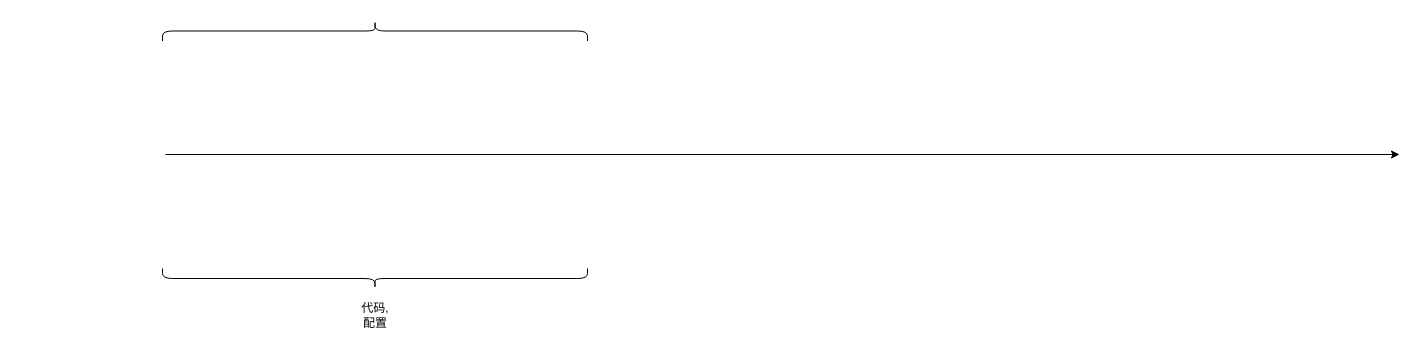
The draw.io diagram 割接当天.drawio in mingtian110/pc_home, before the edit. Source tidied: cells renumbered, new cells numbered last; positions are measured from the earlier drawing's top-left corner, leaving out a move shared by most shapes. Both pictures are drawn from the tidied source at 100%, with x=0, y=0 at pixel (165, -182).
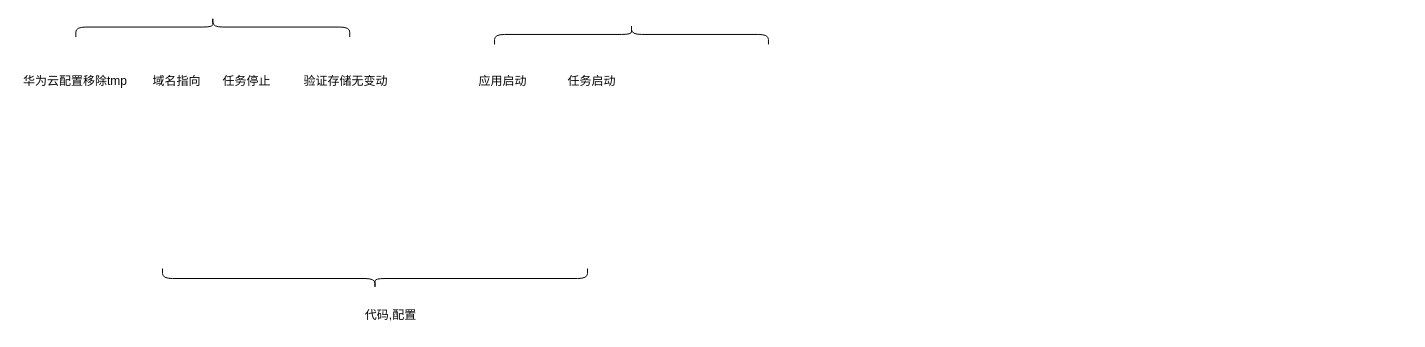
Above is the later version.

Commit message:
更新割接当天.drawio

What changed in the source:
```diff
@@
 <mxGraphModel>
   <root>
     <mxCell id="0" />
     <mxCell id="1" parent="0" />
-    <mxCell id="2" style="endArrow=classic;html=1;" parent="1" edge="1">
-      <mxGeometry relative="1" as="geometry">
-        <mxPoint y="336" as="sourcePoint" />
-        <mxPoint x="1234" y="336" as="targetPoint" />
-      </mxGeometry>
-    </mxCell>
     <mxCell id="3" style="shape=curlyBracket;whiteSpace=wrap;html=1;rounded=1;rotation=-90;" parent="1" vertex="1">
       <mxGeometry x="199.5" y="247.5" width="20" height="425" as="geometry" />
     </mxCell>
     <mxCell id="4" style="shape=curlyBracket;whiteSpace=wrap;html=1;rounded=1;rotation=90;" parent="1" vertex="1">
-      <mxGeometry x="199.5" width="20" height="425" as="geometry" />
+      <mxGeometry x="37.3" y="71.6" width="20" height="273.9" as="geometry" />
     </mxCell>
     <mxCell id="5" value="代码,配置" style="text;html=1;strokeColor=none;fillColor=none;align=center;verticalAlign=middle;whiteSpace=wrap;rounded=0;" parent="1" vertex="1">
-      <mxGeometry x="190" y="487" width="40" height="20" as="geometry" />
+      <mxGeometry x="190" y="487" width="71" height="20" as="geometry" />
     </mxCell>
+    <mxCell id="6" value="域名指向" style="text;html=1;strokeColor=none;fillColor=none;align=center;verticalAlign=middle;whiteSpace=wrap;rounded=0;" parent="1" vertex="1">
+      <mxGeometry x="-26" y="253" width="75" height="20" as="geometry" />
+    </mxCell>
+    <mxCell id="7" value="任务停止" style="text;html=1;strokeColor=none;fillColor=none;align=center;verticalAlign=middle;whiteSpace=wrap;rounded=0;" parent="1" vertex="1">
+      <mxGeometry x="44" y="253" width="75" height="20" as="geometry" />
+    </mxCell>
+    <mxCell id="8" value="验证存储无变动" style="text;html=1;strokeColor=none;fillColor=none;align=center;verticalAlign=middle;whiteSpace=wrap;rounded=0;" parent="1" vertex="1">
+      <mxGeometry x="131" y="253" width="99" height="20" as="geometry" />
+    </mxCell>
+    <mxCell id="9" value="应用启动" style="text;html=1;strokeColor=none;fillColor=none;align=center;verticalAlign=middle;whiteSpace=wrap;rounded=0;" parent="1" vertex="1">
+      <mxGeometry x="300" y="253" width="75" height="20" as="geometry" />
+    </mxCell>
+    <mxCell id="10" value="任务启动" style="text;html=1;strokeColor=none;fillColor=none;align=center;verticalAlign=middle;whiteSpace=wrap;rounded=0;" parent="1" vertex="1">
+      <mxGeometry x="388.5" y="253" width="75" height="20" as="geometry" />
+    </mxCell>
+    <mxCell id="11" value="华为云配置移除tmp" style="text;html=1;strokeColor=none;fillColor=none;align=center;verticalAlign=middle;whiteSpace=wrap;rounded=0;" parent="1" vertex="1">
+      <mxGeometry x="-148" y="253" width="116" height="20" as="geometry" />
+    </mxCell>
+    <mxCell id="12" style="shape=curlyBracket;whiteSpace=wrap;html=1;rounded=1;rotation=90;" parent="1" vertex="1">
+      <mxGeometry x="456" y="79" width="20" height="273.9" as="geometry" />
+    </mxCell>
   </root>
 </mxGraphModel>
```
